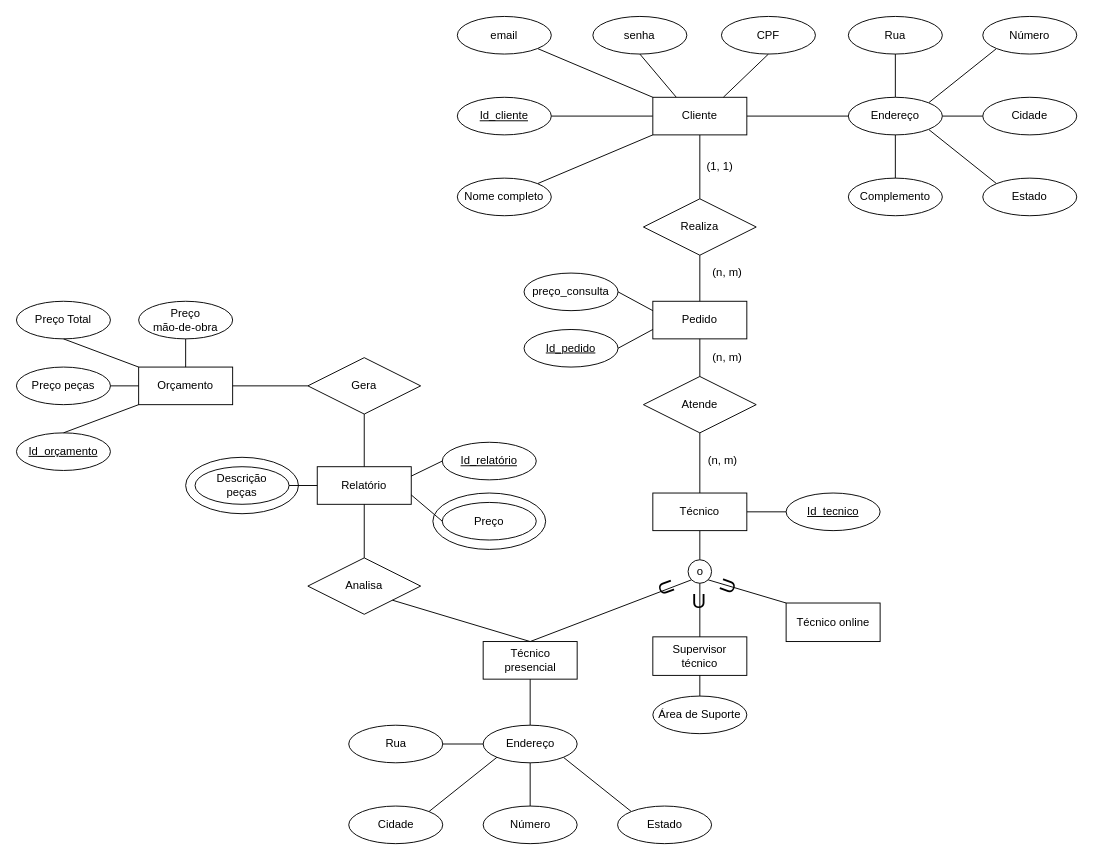
Earlier version of the draw.io diagram page "Diagrama ER" (2 of 4) of Project diagrams and requirements/Tech assistance.drawio (felipepmoreno/Tech-assistanceSoftware). Source tidied: cells renumbered, new cells numbered last; positions are measured from the earlier drawing's top-left corner, leaving out a move shared by most shapes. Both pictures are drawn from the tidied source at 94%, with x=0, y=0 at pixel (16, 16).
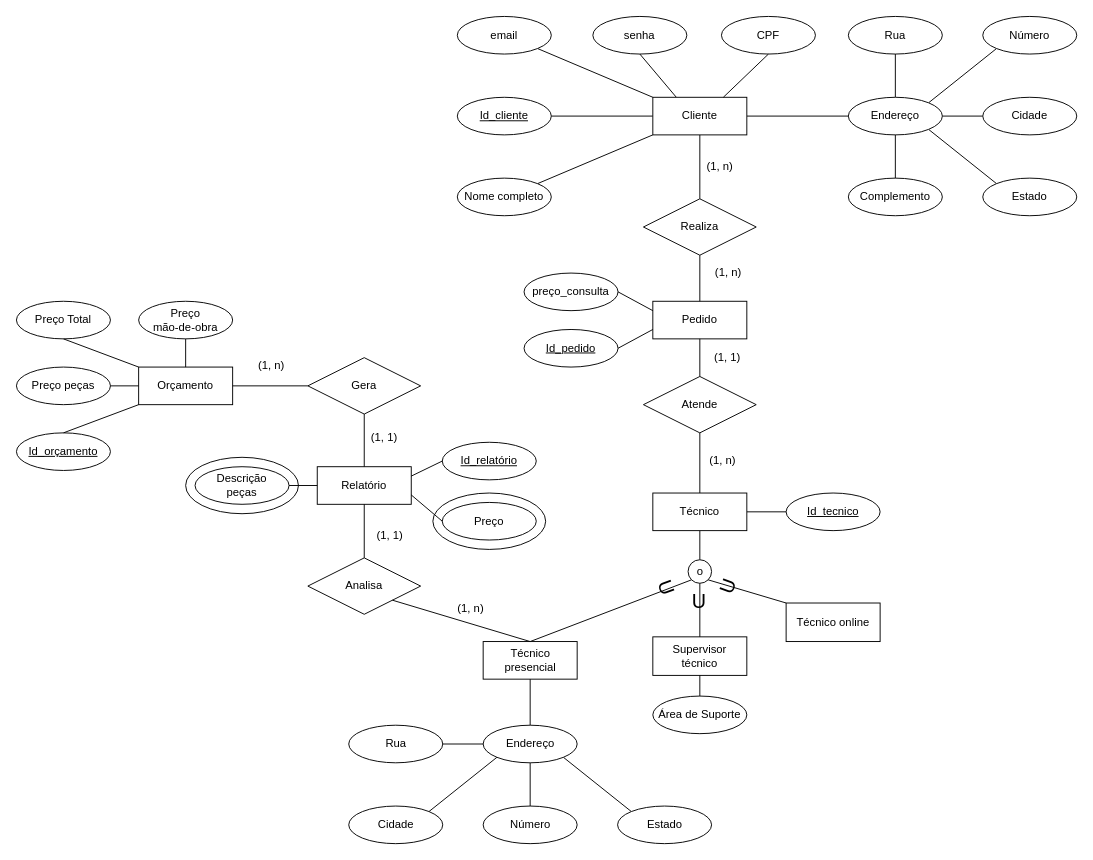
The same page after the edit.

What changed in the source:
```diff
@@
-    <mxCell id="33" value="(1, 1)" style="text;html=1;align=center;verticalAlign=middle;" parent="1" vertex="1">
+    <mxCell id="33" value="(1, n)" style="text;html=1;align=center;verticalAlign=middle;" parent="1" vertex="1">
       <mxGeometry x="729" y="151" width="38" height="18" as="geometry" />
     </mxCell>
-    <mxCell id="34" value="(n, m)" style="text;html=1;align=center;verticalAlign=middle;" parent="1" vertex="1">
-      <mxGeometry x="725.8" y="463" width="50" height="20" as="geometry" />
+    <mxCell id="34" value="(1, n)" style="text;html=1;align=center;verticalAlign=middle;" parent="1" vertex="1">
+      <mxGeometry x="731.8" y="464" width="38" height="18" as="geometry" />
     </mxCell>
@@
-    <mxCell id="61" value="(n, m)" style="text;html=1;align=center;verticalAlign=middle;" parent="1" vertex="1">
-      <mxGeometry x="731" y="263" width="50" height="20" as="geometry" />
+    <mxCell id="61" value="(1, n)" style="text;html=1;align=center;verticalAlign=middle;" parent="1" vertex="1">
+      <mxGeometry x="738" y="264" width="38" height="18" as="geometry" />
     </mxCell>
-    <mxCell id="62" value="(n, m)" style="text;html=1;align=center;verticalAlign=middle;" parent="1" vertex="1">
-      <mxGeometry x="731" y="353" width="50" height="20" as="geometry" />
+    <mxCell id="62" value="(1, 1)" style="text;html=1;align=center;verticalAlign=middle;" parent="1" vertex="1">
+      <mxGeometry x="737" y="354" width="38" height="18" as="geometry" />
     </mxCell>
@@
+    <mxCell id="90" value="(1, n)" style="text;html=1;align=center;verticalAlign=middle;strokeColor=none;" parent="1" vertex="1">
+      <mxGeometry x="464" y="621" width="38" height="18" as="geometry" />
+    </mxCell>
+    <mxCell id="91" value="(1, 1)" style="text;html=1;align=center;verticalAlign=middle;strokeColor=none;" parent="1" vertex="1">
+      <mxGeometry x="378" y="543" width="38" height="18" as="geometry" />
+    </mxCell>
+    <mxCell id="92" value="(1, 1)" style="text;html=1;align=center;verticalAlign=middle;strokeColor=none;" parent="1" vertex="1">
+      <mxGeometry x="372" y="439" width="38" height="18" as="geometry" />
+    </mxCell>
+    <mxCell id="93" value="(1, n)" style="text;html=1;align=center;verticalAlign=middle;strokeColor=none;" parent="1" vertex="1">
+      <mxGeometry x="252" y="363" width="38" height="18" as="geometry" />
+    </mxCell>
```
